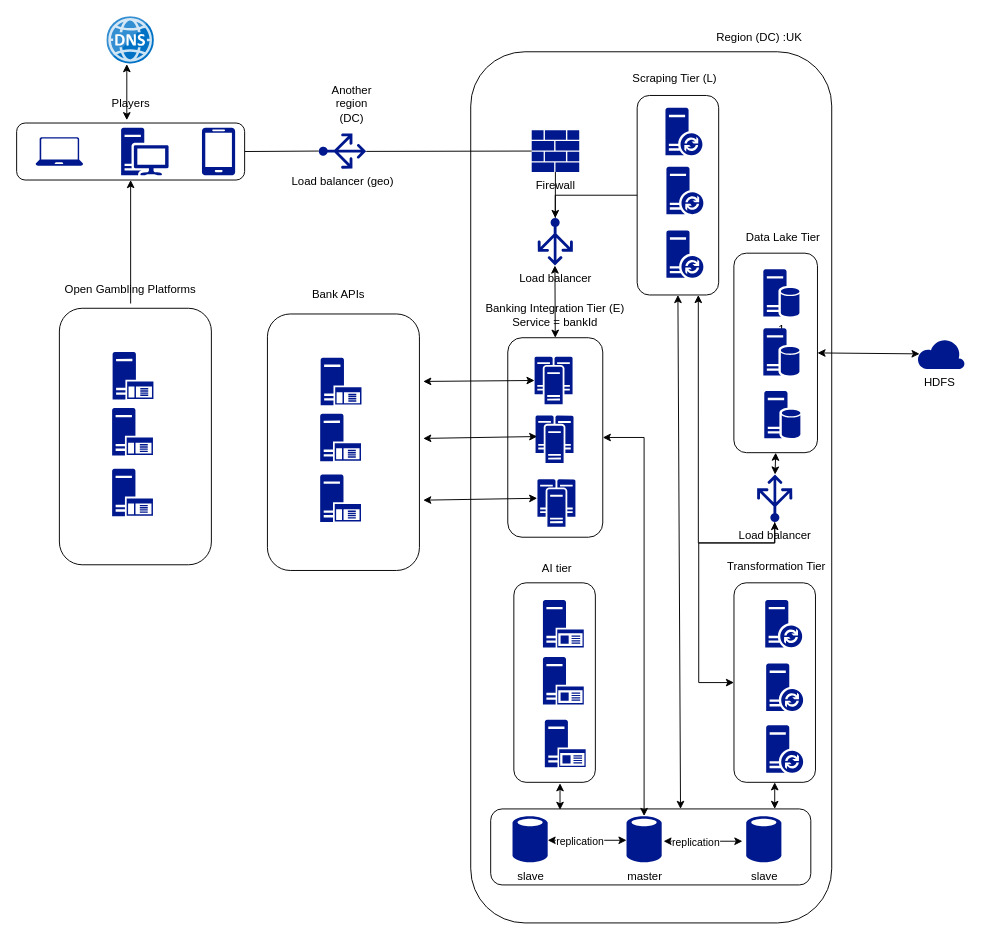
hkravtsov/hla keeps this draw.io diagram as resoures/drawio/player_risk_score.drawio. Above is the earlier version. Source tidied: cells renumbered, new cells numbered last; positions are measured from the earlier drawing's top-left corner, leaving out a move shared by most shapes. Both pictures are drawn from the tidied source at 95%, with x=0, y=0 at pixel (16, 16).
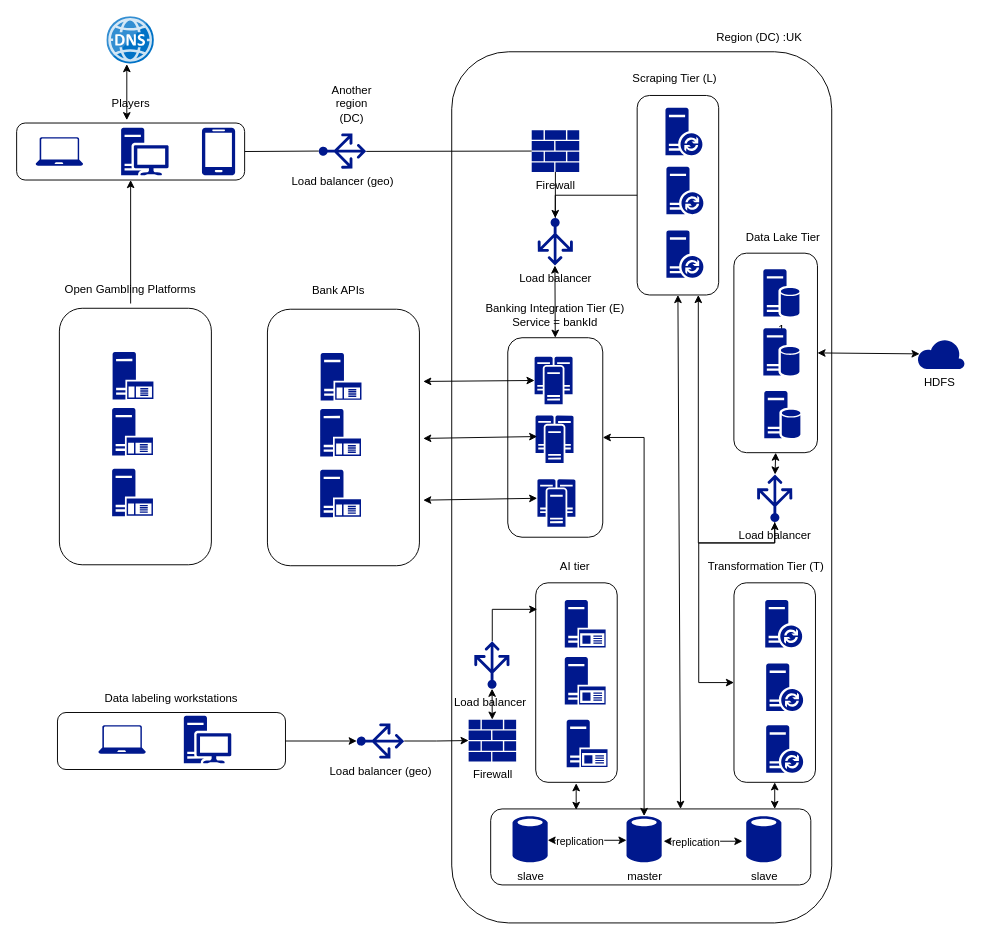
After the change.

What changed in the source:
```diff
@@
     <mxCell id="2" style="rounded=1;whiteSpace=wrap;html=1;" parent="1" vertex="1">
-      <mxGeometry x="478" y="37" width="380" height="917" as="geometry" />
+      <mxGeometry x="458" y="37" width="400" height="917" as="geometry" />
     </mxCell>
     <mxCell id="3" style="rounded=1;whiteSpace=wrap;html=1;" parent="1" vertex="1">
-      <mxGeometry x="264" y="313" width="160" height="270" as="geometry" />
+      <mxGeometry x="264" y="308" width="160" height="270" as="geometry" />
     </mxCell>
@@
     <mxCell id="13" style="sketch=0;shadow=0;dashed=0;html=1;strokeColor=none;labelPosition=center;verticalLabelPosition=bottom;verticalAlign=top;align=center;fillColor=#00188D;shape=mxgraph.mscae.enterprise.application_server;" parent="1" vertex="1">
-      <mxGeometry x="320" y="359" width="43" height="50" as="geometry" />
+      <mxGeometry x="320" y="354" width="43" height="50" as="geometry" />
     </mxCell>
     <mxCell id="14" style="sketch=0;shadow=0;dashed=0;html=1;strokeColor=none;labelPosition=center;verticalLabelPosition=bottom;verticalAlign=top;align=center;fillColor=#00188D;shape=mxgraph.mscae.enterprise.application_server;" parent="1" vertex="1">
-      <mxGeometry x="319.5" y="418" width="43" height="50" as="geometry" />
+      <mxGeometry x="319.5" y="413" width="43" height="50" as="geometry" />
     </mxCell>
     <mxCell id="15" style="sketch=0;shadow=0;dashed=0;html=1;strokeColor=none;labelPosition=center;verticalLabelPosition=bottom;verticalAlign=top;align=center;fillColor=#00188D;shape=mxgraph.mscae.enterprise.application_server;" parent="1" vertex="1">
-      <mxGeometry x="319.5" y="482" width="43" height="50" as="geometry" />
+      <mxGeometry x="319.5" y="477" width="43" height="50" as="geometry" />
     </mxCell>
     <mxCell id="16" value="Bank APIs" style="text;html=1;align=center;verticalAlign=middle;whiteSpace=wrap;rounded=0;" parent="1" vertex="1">
-      <mxGeometry x="254" y="278" width="170" height="30" as="geometry" />
+      <mxGeometry x="254" y="273" width="170" height="30" as="geometry" />
     </mxCell>
@@
-    <mxCell id="58" value="Transformation Tier" style="text;html=1;align=center;verticalAlign=middle;whiteSpace=wrap;rounded=0;" parent="1" vertex="1">
-      <mxGeometry x="714.5" y="564" width="170" height="30" as="geometry" />
+    <mxCell id="58" value="Transformation Tier (T)" style="text;html=1;align=center;verticalAlign=middle;whiteSpace=wrap;rounded=0;" parent="1" vertex="1">
+      <mxGeometry x="703.5" y="564" width="170" height="30" as="geometry" />
     </mxCell>
@@
     <mxCell id="60" style="rounded=1;whiteSpace=wrap;html=1;" parent="1" vertex="1">
-      <mxGeometry x="523.4" y="596" width="85.8" height="210" as="geometry" />
+      <mxGeometry x="546.4" y="596" width="85.8" height="210" as="geometry" />
     </mxCell>
@@
     <mxCell id="72" style="sketch=0;shadow=0;dashed=0;html=1;strokeColor=none;labelPosition=center;verticalLabelPosition=bottom;verticalAlign=top;align=center;fillColor=#00188D;shape=mxgraph.mscae.enterprise.application_server2;" parent="1" vertex="1">
-      <mxGeometry x="554" y="614" width="43" height="50" as="geometry" />
+      <mxGeometry x="577" y="614" width="43" height="50" as="geometry" />
     </mxCell>
     <mxCell id="73" style="sketch=0;shadow=0;dashed=0;html=1;strokeColor=none;labelPosition=center;verticalLabelPosition=bottom;verticalAlign=top;align=center;fillColor=#00188D;shape=mxgraph.mscae.enterprise.application_server2;" parent="1" vertex="1">
-      <mxGeometry x="554" y="674" width="43" height="50" as="geometry" />
+      <mxGeometry x="577" y="674" width="43" height="50" as="geometry" />
     </mxCell>
     <mxCell id="74" style="sketch=0;shadow=0;dashed=0;html=1;strokeColor=none;labelPosition=center;verticalLabelPosition=bottom;verticalAlign=top;align=center;fillColor=#00188D;shape=mxgraph.mscae.enterprise.application_server2;" parent="1" vertex="1">
-      <mxGeometry x="556" y="740" width="43" height="50" as="geometry" />
+      <mxGeometry x="579" y="740" width="43" height="50" as="geometry" />
     </mxCell>
     <mxCell id="75" value="AI tier" style="text;html=1;align=center;verticalAlign=middle;whiteSpace=wrap;rounded=0;" parent="1" vertex="1">
-      <mxGeometry x="483.5" y="566" width="170" height="30" as="geometry" />
+      <mxGeometry x="502.5" y="564" width="170" height="30" as="geometry" />
     </mxCell>
@@
     <mxCell id="77" style="endArrow=classic;html=1;rounded=0;entryX=0.5;entryY=1;entryDx=0;entryDy=0;startArrow=classic;startFill=1;endFill=1;" parent="1" edge="1">
       <mxGeometry relative="1" as="geometry">
-        <mxPoint x="572" y="835" as="sourcePoint" />
-        <mxPoint x="572" y="807" as="targetPoint" />
+        <mxPoint x="589" y="835" as="sourcePoint" />
+        <mxPoint x="589" y="807" as="targetPoint" />
       </mxGeometry>
     </mxCell>
+    <mxCell id="78" value="Load balancer (geo)" style="sketch=0;shadow=0;dashed=0;html=1;strokeColor=none;labelPosition=center;verticalLabelPosition=bottom;verticalAlign=top;align=center;fillColor=#00188D;shape=mxgraph.azure.load_balancer_generic;direction=north;" parent="1" vertex="1">
+      <mxGeometry x="358" y="744" width="50" height="37" as="geometry" />
+    </mxCell>
+    <mxCell id="79" style="rounded=1;whiteSpace=wrap;html=1;" parent="1" vertex="1">
+      <mxGeometry x="43" y="732.5" width="240" height="60" as="geometry" />
+    </mxCell>
+    <mxCell id="80" value="Firewall" style="sketch=0;shadow=0;dashed=0;html=1;strokeColor=none;labelPosition=center;verticalLabelPosition=bottom;verticalAlign=top;align=center;fillColor=#00188D;shape=mxgraph.mscae.enterprise.firewall;" parent="1" vertex="1">
+      <mxGeometry x="475.8" y="740" width="50" height="44" as="geometry" />
+    </mxCell>
+    <mxCell id="81" style="edgeStyle=none;rounded=0;jettySize=auto;html=1;startArrow=classic;startFill=1;" parent="1" edge="1" source="82" target="80">
+      <mxGeometry relative="1" as="geometry" />
+    </mxCell>
+    <mxCell id="82" value="Load balancer&amp;nbsp;" style="sketch=0;shadow=0;dashed=0;html=1;strokeColor=none;labelPosition=center;verticalLabelPosition=bottom;verticalAlign=top;align=center;fillColor=#00188D;shape=mxgraph.azure.load_balancer_generic;direction=west;" parent="1" vertex="1">
+      <mxGeometry x="481.8" y="657.5" width="37" height="50" as="geometry" />
+    </mxCell>
+    <mxCell id="83" style="edgeStyle=orthogonalEdgeStyle;rounded=0;jettySize=auto;html=1;exitX=0.49;exitY=1;exitDx=0;exitDy=0;exitPerimeter=0;entryX=0.019;entryY=0.133;entryDx=0;entryDy=0;entryPerimeter=0;" parent="1" edge="1" source="82" target="60">
+      <mxGeometry relative="1" as="geometry">
+        <Array as="points">
+          <mxPoint x="501" y="624" />
+        </Array>
+      </mxGeometry>
+    </mxCell>
+    <mxCell id="84" style="sketch=0;shadow=0;dashed=0;html=1;strokeColor=none;labelPosition=center;verticalLabelPosition=bottom;verticalAlign=top;align=center;fillColor=#00188D;shape=mxgraph.azure.laptop;" parent="1" vertex="1">
+      <mxGeometry x="86" y="746" width="50" height="30" as="geometry" />
+    </mxCell>
+    <mxCell id="85" style="sketch=0;shadow=0;dashed=0;html=1;strokeColor=none;labelPosition=center;verticalLabelPosition=bottom;verticalAlign=top;align=center;fillColor=#00188D;shape=mxgraph.mscae.enterprise.workstation_client;" parent="1" vertex="1">
+      <mxGeometry x="176" y="736" width="50" height="50" as="geometry" />
+    </mxCell>
+    <mxCell id="86" style="edgeStyle=orthogonalEdgeStyle;rounded=0;jettySize=auto;html=1;exitX=1;exitY=0.5;exitDx=0;exitDy=0;entryX=0.5;entryY=0;entryDx=0;entryDy=0;entryPerimeter=0;" parent="1" edge="1" source="79" target="78">
+      <mxGeometry relative="1" as="geometry" />
+    </mxCell>
+    <mxCell id="87" style="edgeStyle=orthogonalEdgeStyle;rounded=0;jettySize=auto;html=1;entryX=0;entryY=0.5;entryDx=0;entryDy=0;entryPerimeter=0;" parent="1" edge="1" source="78" target="80">
+      <mxGeometry relative="1" as="geometry" />
+    </mxCell>
+    <mxCell id="88" value="Data labeling workstations" style="text;html=1;align=center;verticalAlign=middle;whiteSpace=wrap;rounded=0;" parent="1" vertex="1">
+      <mxGeometry x="58" y="703" width="210" height="30" as="geometry" />
+    </mxCell>
```
